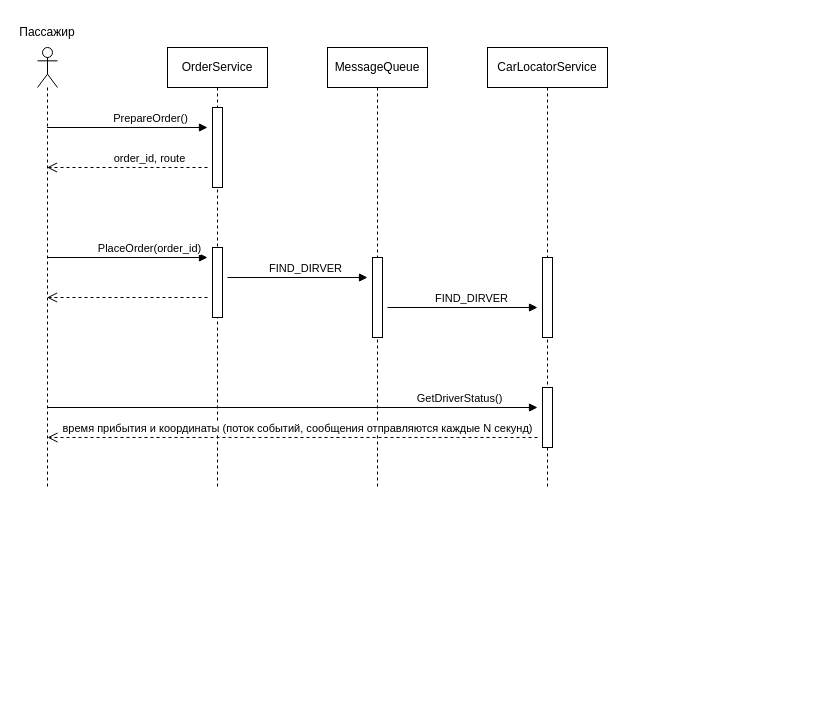
This is hw-07/diagrams/drawio/place_order_seq.drawio from vpiatukhou/otus-msa-homeworks, a draw.io file, before an edit. Source tidied: cells renumbered, new cells numbered last; positions are measured from the earlier drawing's top-left corner, leaving out a move shared by most shapes. Both pictures are drawn from the tidied source at 100%, with x=0, y=0 at pixel (17, 17).
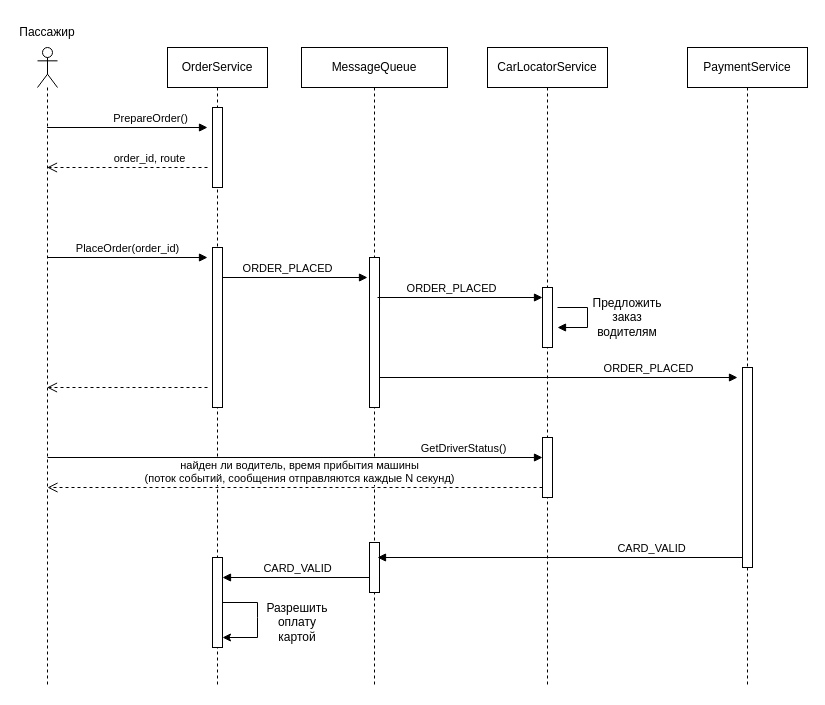
The same page after the edit.

What changed in the source:
```diff
@@
     <mxCell id="2" style="shape=umlLifeline;perimeter=lifelinePerimeter;whiteSpace=wrap;html=1;outlineConnect=0;portConstraint=eastwest;newEdgeStyle={&quot;curved&quot;:0,&quot;rounded&quot;:0};participant=umlActor;" parent="1" vertex="1">
-      <mxGeometry x="20" y="30" width="20" height="440" as="geometry" />
+      <mxGeometry x="20" y="30" width="20" height="640" as="geometry" />
     </mxCell>
@@
     <mxCell id="4" value="OrderService" style="shape=umlLifeline;perimeter=lifelinePerimeter;whiteSpace=wrap;html=1;newEdgeStyle={&quot;curved&quot;:0,&quot;rounded&quot;:0};" parent="1" vertex="1">
-      <mxGeometry x="150" y="30" width="100" height="440" as="geometry" />
+      <mxGeometry x="150" y="30" width="100" height="640" as="geometry" />
     </mxCell>
@@
     <mxCell id="6" style="html=1;points=[[0,0,0,0,5],[0,1,0,0,-5],[1,0,0,0,5],[1,1,0,0,-5]];perimeter=orthogonalPerimeter;outlineConnect=0;targetShapes=umlLifeline;portConstraint=eastwest;newEdgeStyle={&quot;curved&quot;:0,&quot;rounded&quot;:0};" parent="4" vertex="1">
-      <mxGeometry x="45" y="200" width="10" height="70" as="geometry" />
+      <mxGeometry x="45" y="200" width="10" height="160" as="geometry" />
     </mxCell>
+    <mxCell id="20" style="html=1;points=[[0,0,0,0,5],[0,1,0,0,-5],[1,0,0,0,5],[1,1,0,0,-5]];perimeter=orthogonalPerimeter;outlineConnect=0;targetShapes=umlLifeline;portConstraint=eastwest;newEdgeStyle={&quot;curved&quot;:0,&quot;rounded&quot;:0};" parent="4" vertex="1">
+      <mxGeometry x="45" y="510" width="10" height="90" as="geometry" />
+    </mxCell>
+    <mxCell id="21" style="endArrow=classic;html=1;rounded=0;" parent="4" edge="1" source="20" target="20">
+      <mxGeometry relative="1" as="geometry">
+        <Array as="points">
+          <mxPoint x="90" y="555" />
+          <mxPoint x="90" y="570" />
+          <mxPoint x="90" y="590" />
+        </Array>
+      </mxGeometry>
+    </mxCell>
@@
     <mxCell id="9" value="PlaceOrder(order_id)" style="html=1;verticalAlign=bottom;endArrow=block;curved=0;rounded=0;" parent="1" edge="1">
-      <mxGeometry x="0.28" relative="1" as="geometry">
+      <mxGeometry relative="1" as="geometry">
         <mxPoint x="30" y="240" as="sourcePoint" />
         <mxPoint x="190" y="240" as="targetPoint" />
       </mxGeometry>
     </mxCell>
     <mxCell id="10" value="MessageQueue" style="shape=umlLifeline;perimeter=lifelinePerimeter;whiteSpace=wrap;html=1;newEdgeStyle={&quot;curved&quot;:0,&quot;rounded&quot;:0};" parent="1" vertex="1">
-      <mxGeometry x="310" y="30" width="100" height="440" as="geometry" />
+      <mxGeometry x="284" y="30" width="146" height="640" as="geometry" />
     </mxCell>
+    <mxCell id="18" value="GetDriverStatus()" style="html=1;verticalAlign=bottom;endArrow=block;curved=0;rounded=0;" parent="10" edge="1" target="16">
+      <mxGeometry x="0.68" relative="1" as="geometry">
+        <mxPoint x="-254" y="410" as="sourcePoint" />
+      </mxGeometry>
+    </mxCell>
+    <mxCell id="19" value="найден ли водитель, время прибытия машины&lt;br&gt;(поток событий, сообщения отправляются каждые N секунд)" style="html=1;verticalAlign=bottom;endArrow=open;dashed=1;endSize=8;curved=0;rounded=0;" parent="10" edge="1" source="16">
+      <mxGeometry x="-0.02" relative="1" as="geometry">
+        <mxPoint x="-254" y="440" as="targetPoint" />
+        <Array as="points">
+          <mxPoint x="131" y="440" />
+        </Array>
+      </mxGeometry>
+    </mxCell>
     <mxCell id="11" style="html=1;perimeter=orthogonalPerimeter;targetShapes=umlLifeline;newEdgeStyle={&quot;curved&quot;:0,&quot;rounded&quot;:0};" parent="10" vertex="1">
-      <mxGeometry x="45" y="210" width="10" height="80" as="geometry" />
+      <mxGeometry x="68" y="210" width="10" height="150" as="geometry" />
     </mxCell>
+    <mxCell id="22" style="html=1;perimeter=orthogonalPerimeter;targetShapes=umlLifeline;newEdgeStyle={&quot;curved&quot;:0,&quot;rounded&quot;:0};" parent="10" vertex="1">
+      <mxGeometry x="68" y="495" width="10" height="50" as="geometry" />
+    </mxCell>
-    <mxCell id="12" style="html=1;verticalAlign=bottom;endArrow=open;dashed=1;endSize=8;curved=0;rounded=0;" parent="1" edge="1" target="2">
+    <mxCell id="12" style="html=1;verticalAlign=bottom;endArrow=open;dashed=1;endSize=8;curved=0;rounded=0;" parent="1" edge="1">
       <mxGeometry x="-0.28" relative="1" as="geometry">
-        <mxPoint x="190" y="280" as="sourcePoint" />
+        <mxPoint x="190" y="370" as="sourcePoint" />
+        <mxPoint x="29.5" y="370" as="targetPoint" />
+        <Array as="points">
+          <mxPoint x="110" y="370" />
+        </Array>
       </mxGeometry>
     </mxCell>
-    <mxCell id="13" value="FIND_DIRVER" style="html=1;verticalAlign=bottom;endArrow=block;curved=0;rounded=0;" parent="1" edge="1">
-      <mxGeometry x="0.12" relative="1" as="geometry">
-        <mxPoint x="210" y="260" as="sourcePoint" />
+    <mxCell id="13" value="ORDER_PLACED" style="html=1;verticalAlign=bottom;endArrow=block;curved=0;rounded=0;" parent="1" edge="1" source="6">
+      <mxGeometry x="-0.1" relative="1" as="geometry">
         <mxPoint x="350" y="260" as="targetPoint" />
       </mxGeometry>
     </mxCell>
     <mxCell id="14" value="CarLocatorService" style="shape=umlLifeline;perimeter=lifelinePerimeter;whiteSpace=wrap;html=1;newEdgeStyle={&quot;curved&quot;:0,&quot;rounded&quot;:0};" parent="1" vertex="1">
-      <mxGeometry x="470" y="30" width="120" height="440" as="geometry" />
+      <mxGeometry x="470" y="30" width="120" height="640" as="geometry" />
     </mxCell>
     <mxCell id="15" style="html=1;perimeter=orthogonalPerimeter;targetShapes=umlLifeline;newEdgeStyle={&quot;curved&quot;:0,&quot;rounded&quot;:0};" parent="14" vertex="1">
-      <mxGeometry x="55" y="210" width="10" height="80" as="geometry" />
+      <mxGeometry x="55" y="240" width="10" height="60" as="geometry" />
     </mxCell>
     <mxCell id="16" style="html=1;points=[[0,0,0,0,5],[0,1,0,0,-5],[1,0,0,0,5],[1,1,0,0,-5]];perimeter=orthogonalPerimeter;outlineConnect=0;targetShapes=umlLifeline;portConstraint=eastwest;newEdgeStyle={&quot;curved&quot;:0,&quot;rounded&quot;:0};" parent="14" vertex="1">
-      <mxGeometry x="55" y="340" width="10" height="60" as="geometry" />
+      <mxGeometry x="55" y="390" width="10" height="60" as="geometry" />
     </mxCell>
-    <mxCell id="17" value="FIND_DIRVER" style="html=1;verticalAlign=bottom;endArrow=block;curved=0;rounded=0;" parent="1" edge="1">
-      <mxGeometry x="0.12" relative="1" as="geometry">
-        <mxPoint x="370" y="290" as="sourcePoint" />
-        <mxPoint x="520" y="290" as="targetPoint" />
-      </mxGeometry>
-    </mxCell>
-    <mxCell id="18" value="GetDriverStatus()" style="html=1;verticalAlign=bottom;endArrow=block;curved=0;rounded=0;" parent="1" edge="1">
-      <mxGeometry x="0.68" relative="1" as="geometry">
-        <mxPoint x="30" y="390" as="sourcePoint" />
-        <mxPoint x="520" y="390" as="targetPoint" />
-      </mxGeometry>
-    </mxCell>
-    <mxCell id="19" value="время прибытия и координаты (поток событий, сообщения отправляются каждые N секунд)" style="html=1;verticalAlign=bottom;endArrow=open;dashed=1;endSize=8;curved=0;rounded=0;" parent="1" edge="1">
-      <mxGeometry x="-0.02" relative="1" as="geometry">
-        <mxPoint x="520" y="420" as="sourcePoint" />
-        <mxPoint x="30" y="420" as="targetPoint" />
-        <Array as="points">
-          <mxPoint x="440" y="420" />
-        </Array>
-      </mxGeometry>
-    </mxCell>
+    <mxCell id="23" value="PaymentService" style="shape=umlLifeline;perimeter=lifelinePerimeter;whiteSpace=wrap;html=1;newEdgeStyle={&quot;curved&quot;:0,&quot;rounded&quot;:0};" parent="1" vertex="1">
+      <mxGeometry x="670" y="30" width="120" height="640" as="geometry" />
+    </mxCell>
+    <mxCell id="24" style="html=1;points=[[0,0,0,0,5],[0,1,0,0,-5],[1,0,0,0,5],[1,1,0,0,-5]];perimeter=orthogonalPerimeter;outlineConnect=0;targetShapes=umlLifeline;portConstraint=eastwest;newEdgeStyle={&quot;curved&quot;:0,&quot;rounded&quot;:0};" parent="23" vertex="1">
+      <mxGeometry x="55" y="320" width="10" height="200" as="geometry" />
+    </mxCell>
+    <mxCell id="25" value="ORDER_PLACED" style="html=1;verticalAlign=bottom;endArrow=block;curved=0;rounded=0;" parent="1" edge="1">
+      <mxGeometry x="0.5" relative="1" as="geometry">
+        <mxPoint x="362" y="360" as="sourcePoint" />
+        <mxPoint x="720" y="360" as="targetPoint" />
+      </mxGeometry>
+    </mxCell>
+    <mxCell id="26" value="ORDER_PLACED" style="html=1;verticalAlign=bottom;endArrow=block;curved=0;rounded=0;exitX=0.8;exitY=0.667;exitDx=0;exitDy=0;exitPerimeter=0;" parent="1" edge="1">
+      <mxGeometry x="-0.1" relative="1" as="geometry">
+        <mxPoint x="360" y="280" as="sourcePoint" />
+        <mxPoint x="525" y="280" as="targetPoint" />
+      </mxGeometry>
+    </mxCell>
+    <mxCell id="27" style="html=1;verticalAlign=bottom;endArrow=block;curved=0;rounded=0;" parent="1" edge="1">
+      <mxGeometry x="-0.1" relative="1" as="geometry">
+        <mxPoint x="540" y="290" as="sourcePoint" />
+        <mxPoint x="540" y="310" as="targetPoint" />
+        <Array as="points">
+          <mxPoint x="570" y="290" />
+          <mxPoint x="570" y="310" />
+        </Array>
+      </mxGeometry>
+    </mxCell>
+    <mxCell id="28" value="CARD_VALID" style="html=1;verticalAlign=bottom;endArrow=block;curved=0;rounded=0;" parent="1" edge="1" source="24">
+      <mxGeometry x="-0.5" relative="1" as="geometry">
+        <mxPoint x="360" y="540" as="targetPoint" />
+      </mxGeometry>
+    </mxCell>
+    <mxCell id="29" value="CARD_VALID" style="html=1;verticalAlign=bottom;endArrow=block;curved=0;rounded=0;" parent="1" edge="1" target="20">
+      <mxGeometry x="-0.02" relative="1" as="geometry">
+        <mxPoint x="352" y="560" as="sourcePoint" />
+      </mxGeometry>
+    </mxCell>
+    <mxCell id="30" value="Предложить заказ водителям" style="text;html=1;strokeColor=none;fillColor=none;align=center;verticalAlign=middle;whiteSpace=wrap;rounded=0;" parent="1" vertex="1">
+      <mxGeometry x="580" y="285" width="60" height="30" as="geometry" />
+    </mxCell>
+    <mxCell id="31" value="Разрешить оплату картой" style="text;html=1;strokeColor=none;fillColor=none;align=center;verticalAlign=middle;whiteSpace=wrap;rounded=0;" parent="1" vertex="1">
+      <mxGeometry x="250" y="590" width="60" height="30" as="geometry" />
+    </mxCell>
```
